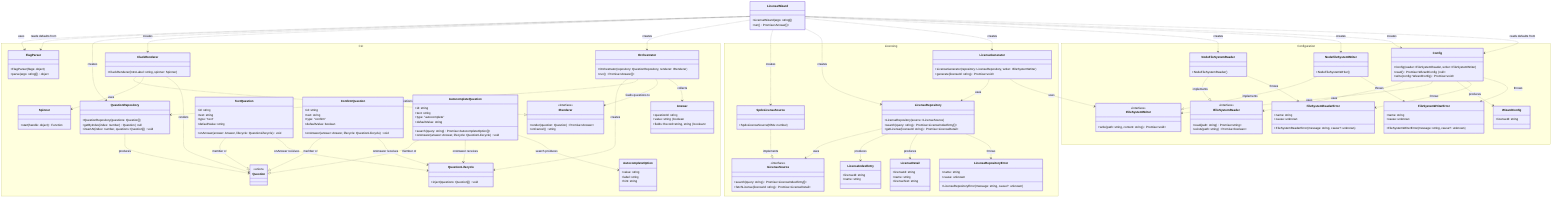
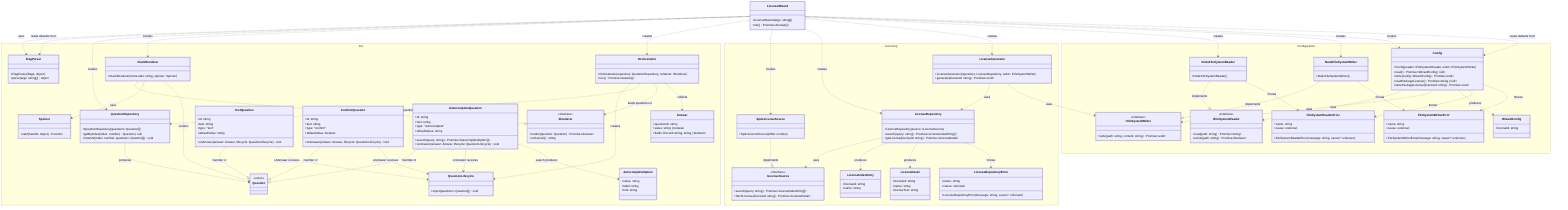
classDiagram
  direction TB

  class LicenseWizard {
    +LicenseWizard(args: string[])
    +run() Promise~Answer[]~
  }

  namespace CLI {
    class FlagParser {
      +FlagParser(flags: object)
      +parse(args: string[]) object
    }

    class Orchestrator {
      +Orchestrator(repository: QuestionRepository, renderer: IRenderer)
      +run() Promise~Answer[]~
    }

    class IRenderer {
      <<interface>>
      +render(question: Question) Promise~Answer~
      +onCancel() string
    }

    class ClackRenderer {
      +ClackRenderer(introLabel: string, spinner: Spinner)
    }

    class Spinner {
      +start(handle: object) Function
    }

    class QuestionRepository {
      +QuestionRepository(questions: Question[])
      +getByIndex(index: number) Question | null
      +insertAt(index: number, questions: Question[]) void
    }

    class QuestionLifecycle {
      +inject(questions: Question[]) void
    }

    class Question {
      <<union>>
    }

    class TextQuestion {
      +id: string
      +text: string
      +type: "text"
      +defaultValue: string
      +onAnswer(answer: Answer, lifecycle: QuestionLifecycle) void
    }

    class ConfirmQuestion {
      +id: string
      +text: string
      +type: "confirm"
      +defaultValue: boolean
      +onAnswer(answer: Answer, lifecycle: QuestionLifecycle) void
    }

    class AutocompleteQuestion {
      +id: string
      +text: string
      +type: "autocomplete"
      +defaultValue: string
      +search(query: string) Promise~AutocompleteOption[]~
      +onAnswer(answer: Answer, lifecycle: QuestionLifecycle) void
    }

    class AutocompleteOption {
      +value: string
      +label: string
      +hint: string
    }

    class Answer {
      +questionId: string
      +value: string | boolean
      +fields: Record~string, string | boolean~
    }
  }

  namespace Licensing {
    class LicenseRepository {
      +LicenseRepository(source: ILicenseSource)
      +search(query: string) Promise~LicenseIndexEntry[]~
      +getLicense(licenseId: string) Promise~LicenseDetail~
    }

    class LicenseRepositoryError {
      +name: string
      +cause: unknown
      +LicenseRepositoryError(message: string, cause?: unknown)
    }

    class ILicenseSource {
      <<interface>>
      +search(query: string) Promise~LicenseIndexEntry[]~
      +fetchLicense(licenseId: string) Promise~LicenseDetail~
    }

    class SpdxLicenseSource {
      +SpdxLicenseSource(ttlMs: number)
    }

    class LicenseIndexEntry {
      +licenseId: string
      +name: string
    }

    class LicenseDetail {
      +licenseId: string
      +name: string
      +licenseText: string
    }

    class LicenseGenerator {
      +LicenseGenerator(repository: LicenseRepository, writer: IFileSystemWriter)
      +generate(licenseId: string) Promise~void~
    }
  }

  namespace Configuration {
    class IFileSystemReader {
      <<interface>>
      +read(path: string) Promise~string~
      +exists(path: string) Promise~boolean~
    }

    class IFileSystemWriter {
      <<interface>>
      +write(path: string, content: string) Promise~void~
    }

    class NodeFileSystemReader {
      +NodeFileSystemReader()
    }

    class NodeFileSystemWriter {
      +NodeFileSystemWriter()
    }

    class FileSystemReaderError {
      +name: string
      +cause: unknown
      +FileSystemReaderError(message: string, cause?: unknown)
    }

    class FileSystemWriterError {
      +name: string
      +cause: unknown
      +FileSystemWriterError(message: string, cause?: unknown)
    }

    class WizardConfig {
      +licenseId: string
    }

    class Config {
      +Config(reader: IFileSystemReader, writer: IFileSystemWriter)
      +read() Promise~WizardConfig | null~
      +write(config: WizardConfig) Promise~void~
+       +readPackageLicense() Promise~string | null~
+       +writePackageLicense(licenseId: string) Promise~void~
    }
  }

  TextQuestion ..|> Question : member of
  ConfirmQuestion ..|> Question : member of
  AutocompleteQuestion ..|> Question : member of
  TextQuestion ..> QuestionLifecycle : onAnswer receives
  ConfirmQuestion ..> QuestionLifecycle : onAnswer receives
  AutocompleteQuestion ..> QuestionLifecycle : onAnswer receives
  Orchestrator ..> QuestionLifecycle : creates
  ClackRenderer ..|> IRenderer : implements
  ClackRenderer ..> Spinner : uses
  LicenseWizard ..> FlagParser : uses
  LicenseWizard ..> FlagParser : reads defaults from
  LicenseWizard ..> QuestionRepository : creates
  LicenseWizard ..> ClackRenderer : creates
  LicenseWizard ..> Orchestrator : creates
  LicenseWizard ..> SpdxLicenseSource : creates
  LicenseWizard ..> LicenseRepository : creates
  LicenseWizard ..> LicenseGenerator : creates
  Orchestrator ..> QuestionRepository : gets questions from
  Orchestrator ..> IRenderer : feeds questions to
  ClackRenderer ..> Question : renders
  QuestionRepository ..> Question : produces
  AutocompleteQuestion ..> AutocompleteOption : search produces
  Orchestrator ..> Answer : collects
  SpdxLicenseSource ..|> ILicenseSource : implements
  LicenseRepository ..> ILicenseSource : uses
  LicenseRepository ..> LicenseIndexEntry : produces
  LicenseRepository ..> LicenseDetail : produces
  LicenseRepository ..> LicenseRepositoryError : throws
  LicenseGenerator ..> LicenseRepository : uses
  LicenseGenerator ..> IFileSystemWriter : uses
  NodeFileSystemReader ..|> IFileSystemReader : implements
  NodeFileSystemWriter ..|> IFileSystemWriter : implements
  NodeFileSystemReader ..> FileSystemReaderError : throws
  NodeFileSystemWriter ..> FileSystemWriterError : throws
  Config ..> IFileSystemReader : uses
  Config ..> IFileSystemWriter : uses
  Config ..> WizardConfig : produces
  Config ..> FileSystemReaderError : throws
  Config ..> FileSystemWriterError : throws
  LicenseWizard ..> NodeFileSystemReader : creates
  LicenseWizard ..> NodeFileSystemWriter : creates
  LicenseWizard ..> Config : creates
  LicenseWizard ..> Config : reads defaults from
